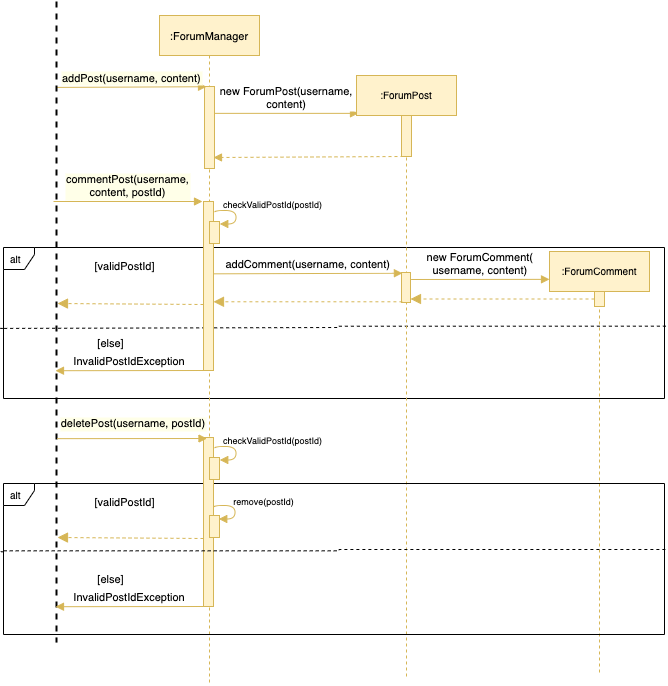
Above: docs/developerGuideDiagrams/forumSequenceDiagram.png in theeugenechong/tp (draw.io), before the change. Source tidied: cells renumbered, new cells last; positions are measured from the earlier drawing's top-left corner, leaving out a move shared by most shapes.
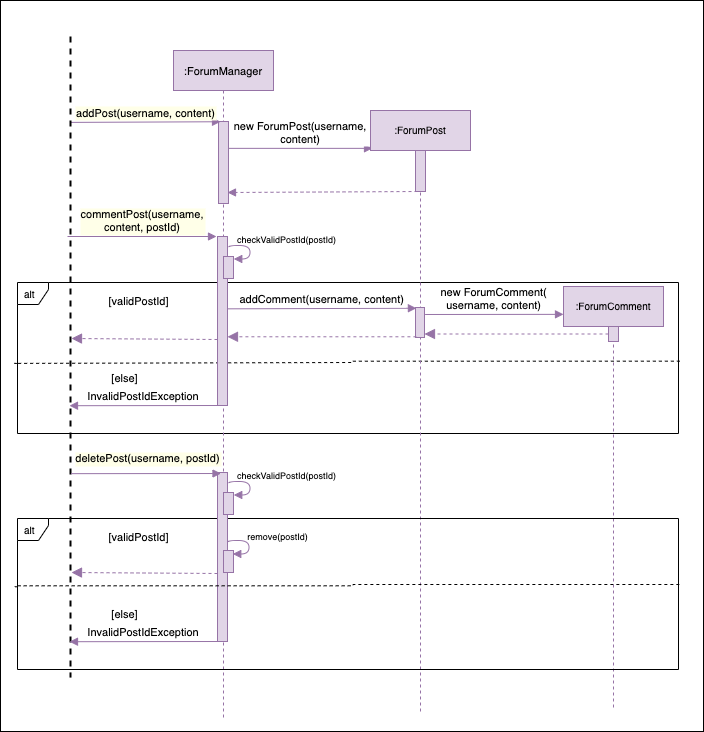
After the commit.

Change to the diagram source:
```diff
@@ -2,6 +2,9 @@
   <root>
     <mxCell id="0" />
     <mxCell id="1" parent="0" />
+    <mxCell id="42" value="&lt;b&gt;&lt;br&gt;&lt;/b&gt;" style="rounded=0;whiteSpace=wrap;html=1;" parent="1" vertex="1">
+      <mxGeometry x="-14" y="-36" width="703" height="731" as="geometry" />
+    </mxCell>
     <mxCell id="2" value="alt" style="shape=umlFrame;whiteSpace=wrap;html=1;width=31;height=22;boundedLbl=1;verticalAlign=middle;align=left;spacingLeft=5;fontSize=10;" parent="1" vertex="1">
       <mxGeometry x="3" y="246" width="661" height="151" as="geometry" />
     </mxCell>
@@ -14,13 +17,13 @@
         </Array>
       </mxGeometry>
     </mxCell>
-    <mxCell id="4" value=":ForumManager" style="shape=umlLifeline;perimeter=lifelinePerimeter;rounded=0;shadow=0;strokeWidth=1;fontFamily=Helvetica;fontSize=11;fillColor=#fff2cc;strokeColor=#d6b656;" parent="1" vertex="1">
+    <mxCell id="4" value=":ForumManager" style="shape=umlLifeline;perimeter=lifelinePerimeter;rounded=0;shadow=0;strokeWidth=1;fontFamily=Helvetica;fontSize=11;fillColor=#e1d5e7;strokeColor=#9673a6;" parent="1" vertex="1">
       <mxGeometry x="159" y="14" width="100" height="670" as="geometry" />
     </mxCell>
-    <mxCell id="5" style="points=[];perimeter=orthogonalPerimeter;rounded=0;shadow=0;strokeWidth=1;fontFamily=Helvetica;fontSize=11;fillColor=#fff2cc;strokeColor=#d6b656;" parent="4" vertex="1">
+    <mxCell id="5" style="points=[];perimeter=orthogonalPerimeter;rounded=0;shadow=0;strokeWidth=1;fontFamily=Helvetica;fontSize=11;fillColor=#e1d5e7;strokeColor=#9673a6;" parent="4" vertex="1">
       <mxGeometry x="45" y="71" width="10" height="82" as="geometry" />
     </mxCell>
-    <mxCell id="6" style="curved=1;endArrow=block;html=1;rounded=0;fontFamily=Helvetica;fontSize=10;edgeStyle=orthogonalEdgeStyle;entryX=0.976;entryY=0.048;entryDx=0;entryDy=0;entryPerimeter=0;exitX=1.052;exitY=0.177;exitDx=0;exitDy=0;exitPerimeter=0;fillColor=#fff2cc;strokeColor=#d6b656;endFill=1;" parent="4" edge="1">
+    <mxCell id="6" style="curved=1;endArrow=block;html=1;rounded=0;fontFamily=Helvetica;fontSize=10;edgeStyle=orthogonalEdgeStyle;entryX=0.976;entryY=0.048;entryDx=0;entryDy=0;entryPerimeter=0;exitX=1.052;exitY=0.177;exitDx=0;exitDy=0;exitPerimeter=0;fillColor=#e1d5e7;strokeColor=#9673a6;endFill=1;" parent="4" edge="1">
       <mxGeometry relative="1" as="geometry">
         <mxPoint x="55" y="197" as="sourcePoint" />
         <mxPoint x="60.3" y="208.5" as="targetPoint" />
@@ -31,34 +34,34 @@
         </Array>
       </mxGeometry>
     </mxCell>
-    <mxCell id="7" style="points=[];perimeter=orthogonalPerimeter;rounded=0;shadow=0;strokeWidth=1;fontFamily=Helvetica;fontSize=11;fillColor=#fff2cc;strokeColor=#d6b656;" parent="4" vertex="1">
+    <mxCell id="7" style="points=[];perimeter=orthogonalPerimeter;rounded=0;shadow=0;strokeWidth=1;fontFamily=Helvetica;fontSize=11;fillColor=#e1d5e7;strokeColor=#9673a6;" parent="4" vertex="1">
       <mxGeometry x="44" y="186" width="10" height="169" as="geometry" />
     </mxCell>
-    <mxCell id="8" style="perimeter=orthogonalPerimeter;rounded=0;shadow=0;strokeWidth=1;fontFamily=Helvetica;fontSize=11;fillColor=#fff2cc;strokeColor=#d6b656;" parent="4" vertex="1">
+    <mxCell id="8" style="perimeter=orthogonalPerimeter;rounded=0;shadow=0;strokeWidth=1;fontFamily=Helvetica;fontSize=11;fillColor=#e1d5e7;strokeColor=#9673a6;" parent="4" vertex="1">
       <mxGeometry x="50" y="206" width="10" height="22" as="geometry" />
     </mxCell>
-    <mxCell id="9" value="new ForumPost(username, &#10;content)" style="verticalAlign=bottom;endArrow=block;entryX=0.02;entryY=0.063;shadow=0;strokeWidth=1;fontFamily=Helvetica;fontSize=11;fillColor=#fff2cc;strokeColor=#d6b656;entryDx=0;entryDy=0;entryPerimeter=0;" parent="1" edge="1" source="5" target="12">
+    <mxCell id="9" value="new ForumPost(username, &#10;content)" style="verticalAlign=bottom;endArrow=block;entryX=0.02;entryY=0.063;shadow=0;strokeWidth=1;fontFamily=Helvetica;fontSize=11;fillColor=#e1d5e7;strokeColor=#9673a6;entryDx=0;entryDy=0;entryPerimeter=0;" parent="1" edge="1" source="5" target="12">
       <mxGeometry relative="1" as="geometry" />
     </mxCell>
-    <mxCell id="10" value="addPost(username, content)" style="verticalAlign=bottom;endArrow=block;shadow=0;strokeWidth=1;fontFamily=Helvetica;fontSize=11;fillColor=#fff2cc;strokeColor=#d6b656;exitX=0.134;exitY=0.45;exitDx=0;exitDy=0;exitPerimeter=0;entryX=0.2;entryY=0.003;entryDx=0;entryDy=0;entryPerimeter=0;labelBorderColor=none;labelBackgroundColor=#FFFFE8;" parent="1" edge="1" source="11" target="5">
+    <mxCell id="10" value="addPost(username, content)" style="verticalAlign=bottom;endArrow=block;shadow=0;strokeWidth=1;fontFamily=Helvetica;fontSize=11;fillColor=#e1d5e7;strokeColor=#9673a6;exitX=0.134;exitY=0.45;exitDx=0;exitDy=0;exitPerimeter=0;entryX=0.2;entryY=0.003;entryDx=0;entryDy=0;entryPerimeter=0;labelBorderColor=none;labelBackgroundColor=#FFFFE8;" parent="1" edge="1" source="11" target="5">
       <mxGeometry relative="1" as="geometry" />
     </mxCell>
     <mxCell id="11" style="line;strokeWidth=2;direction=south;html=1;fontSize=10;dashed=1;" parent="1" vertex="1">
       <mxGeometry x="51" width="10" height="641" as="geometry" />
     </mxCell>
-    <mxCell id="12" value=":ForumPost" style="shape=umlLifeline;perimeter=lifelinePerimeter;rounded=0;shadow=0;strokeWidth=1;fontFamily=Helvetica;fontSize=10;fillColor=#fff2cc;strokeColor=#d6b656;" parent="1" vertex="1">
+    <mxCell id="12" value=":ForumPost" style="shape=umlLifeline;perimeter=lifelinePerimeter;rounded=0;shadow=0;strokeWidth=1;fontFamily=Helvetica;fontSize=10;fillColor=#e1d5e7;strokeColor=#9673a6;" parent="1" vertex="1">
       <mxGeometry x="356" y="74" width="100" height="601" as="geometry" />
     </mxCell>
-    <mxCell id="13" style="points=[];perimeter=orthogonalPerimeter;rounded=0;shadow=0;strokeWidth=1;fontFamily=Helvetica;fontSize=11;fillColor=#fff2cc;strokeColor=#d6b656;" parent="12" vertex="1">
+    <mxCell id="13" style="points=[];perimeter=orthogonalPerimeter;rounded=0;shadow=0;strokeWidth=1;fontFamily=Helvetica;fontSize=11;fillColor=#e1d5e7;strokeColor=#9673a6;" parent="12" vertex="1">
       <mxGeometry x="45" y="40" width="10" height="41" as="geometry" />
     </mxCell>
-    <mxCell id="14" style="points=[];perimeter=orthogonalPerimeter;rounded=0;shadow=0;strokeWidth=1;fontFamily=Helvetica;fontSize=11;fillColor=#fff2cc;strokeColor=#d6b656;" parent="12" vertex="1">
+    <mxCell id="14" style="points=[];perimeter=orthogonalPerimeter;rounded=0;shadow=0;strokeWidth=1;fontFamily=Helvetica;fontSize=11;fillColor=#e1d5e7;strokeColor=#9673a6;" parent="12" vertex="1">
       <mxGeometry x="45" y="197" width="9" height="30" as="geometry" />
     </mxCell>
-    <mxCell id="15" style="verticalAlign=bottom;endArrow=block;shadow=0;strokeWidth=1;fontFamily=Helvetica;fontSize=11;fillColor=#fff2cc;strokeColor=#d6b656;exitX=0.2;exitY=1;exitDx=0;exitDy=0;exitPerimeter=0;dashed=1;entryX=0.9;entryY=0.866;entryDx=0;entryDy=0;entryPerimeter=0;" parent="1" edge="1" source="13" target="5">
+    <mxCell id="15" style="verticalAlign=bottom;endArrow=block;shadow=0;strokeWidth=1;fontFamily=Helvetica;fontSize=11;fillColor=#e1d5e7;strokeColor=#9673a6;exitX=0.2;exitY=1;exitDx=0;exitDy=0;exitPerimeter=0;dashed=1;entryX=0.9;entryY=0.866;entryDx=0;entryDy=0;entryPerimeter=0;" parent="1" edge="1" source="13" target="5">
       <mxGeometry relative="1" as="geometry" />
     </mxCell>
-    <mxCell id="16" value="commentPost(username,&#10;content, postId)" style="verticalAlign=bottom;endArrow=block;shadow=0;strokeWidth=1;fontFamily=Helvetica;fontSize=11;fillColor=#fff2cc;strokeColor=#d6b656;labelBackgroundColor=#FFFFE8;" parent="1" edge="1">
+    <mxCell id="16" value="commentPost(username,&#10;content, postId)" style="verticalAlign=bottom;endArrow=block;shadow=0;strokeWidth=1;fontFamily=Helvetica;fontSize=11;fillColor=#e1d5e7;strokeColor=#9673a6;labelBackgroundColor=#FFFFE8;" parent="1" edge="1">
       <mxGeometry relative="1" as="geometry">
         <mxPoint x="53" y="200" as="sourcePoint" />
         <mxPoint x="202" y="200" as="targetPoint" />
@@ -73,37 +76,37 @@
     <mxCell id="19" value="[else]" style="text;html=1;align=center;verticalAlign=middle;strokeColor=none;fillColor=none;rounded=0;hachureGap=4;fontFamily=Helvetica;fontSize=11;" parent="1" vertex="1">
       <mxGeometry x="92" y="333" width="36" height="17" as="geometry" />
     </mxCell>
-    <mxCell id="20" value="InvalidPostIdException" style="verticalAlign=bottom;endArrow=block;shadow=0;strokeWidth=1;fontFamily=Helvetica;fontSize=11;fillColor=#fff2cc;strokeColor=#d6b656;entryX=0.576;entryY=0.6;entryDx=0;entryDy=0;entryPerimeter=0;exitX=0;exitY=1;exitDx=0;exitDy=0;exitPerimeter=0;" parent="1" edge="1" source="7" target="11">
+    <mxCell id="20" value="InvalidPostIdException" style="verticalAlign=bottom;endArrow=block;shadow=0;strokeWidth=1;fontFamily=Helvetica;fontSize=11;fillColor=#e1d5e7;strokeColor=#9673a6;entryX=0.576;entryY=0.6;entryDx=0;entryDy=0;entryPerimeter=0;exitX=0;exitY=1;exitDx=0;exitDy=0;exitPerimeter=0;" parent="1" edge="1" source="7" target="11">
       <mxGeometry relative="1" as="geometry" />
     </mxCell>
-    <mxCell id="21" style="verticalAlign=bottom;endArrow=block;dashed=1;endSize=8;shadow=0;strokeWidth=1;fontFamily=Helvetica;fontSize=11;fillColor=#fff2cc;strokeColor=#d6b656;endFill=1;" parent="1" edge="1">
+    <mxCell id="21" style="verticalAlign=bottom;endArrow=block;dashed=1;endSize=8;shadow=0;strokeWidth=1;fontFamily=Helvetica;fontSize=11;fillColor=#e1d5e7;strokeColor=#9673a6;endFill=1;" parent="1" edge="1">
       <mxGeometry x="0.01" relative="1" as="geometry">
         <mxPoint x="203" y="303" as="sourcePoint" />
         <mxPoint x="57" y="302" as="targetPoint" />
       </mxGeometry>
     </mxCell>
-    <mxCell id="22" style="verticalAlign=bottom;endArrow=block;dashed=1;endSize=8;shadow=0;strokeWidth=1;fontFamily=Helvetica;fontSize=11;fillColor=#fff2cc;strokeColor=#d6b656;endFill=1;exitX=0.1;exitY=0.976;exitDx=0;exitDy=0;exitPerimeter=0;" parent="1" edge="1" source="14" target="7">
+    <mxCell id="22" style="verticalAlign=bottom;endArrow=block;dashed=1;endSize=8;shadow=0;strokeWidth=1;fontFamily=Helvetica;fontSize=11;fillColor=#e1d5e7;strokeColor=#9673a6;endFill=1;exitX=0.1;exitY=0.976;exitDx=0;exitDy=0;exitPerimeter=0;" parent="1" edge="1" source="14" target="7">
       <mxGeometry x="0.01" relative="1" as="geometry" />
     </mxCell>
-    <mxCell id="23" value="addComment(username, content)" style="verticalAlign=bottom;endArrow=block;shadow=0;strokeWidth=1;fontFamily=Helvetica;fontSize=11;fillColor=#fff2cc;strokeColor=#d6b656;entryX=0.1;entryY=0.024;entryDx=0;entryDy=0;entryPerimeter=0;exitX=1.067;exitY=0.428;exitDx=0;exitDy=0;exitPerimeter=0;" parent="1" edge="1" source="7" target="14">
+    <mxCell id="23" value="addComment(username, content)" style="verticalAlign=bottom;endArrow=block;shadow=0;strokeWidth=1;fontFamily=Helvetica;fontSize=11;fillColor=#e1d5e7;strokeColor=#9673a6;entryX=0.1;entryY=0.024;entryDx=0;entryDy=0;entryPerimeter=0;exitX=1.067;exitY=0.428;exitDx=0;exitDy=0;exitPerimeter=0;" parent="1" edge="1" source="7" target="14">
       <mxGeometry relative="1" as="geometry" />
     </mxCell>
-    <mxCell id="24" value=":ForumComment" style="shape=umlLifeline;perimeter=lifelinePerimeter;rounded=0;shadow=0;strokeWidth=1;fontFamily=Helvetica;fontSize=10;fillColor=#fff2cc;strokeColor=#d6b656;" parent="1" vertex="1">
+    <mxCell id="24" value=":ForumComment" style="shape=umlLifeline;perimeter=lifelinePerimeter;rounded=0;shadow=0;strokeWidth=1;fontFamily=Helvetica;fontSize=10;fillColor=#e1d5e7;strokeColor=#9673a6;" parent="1" vertex="1">
       <mxGeometry x="549" y="250" width="100" height="422" as="geometry" />
     </mxCell>
-    <mxCell id="25" style="points=[];perimeter=orthogonalPerimeter;rounded=0;shadow=0;strokeWidth=1;fontFamily=Helvetica;fontSize=11;fillColor=#fff2cc;strokeColor=#d6b656;" parent="24" vertex="1">
+    <mxCell id="25" style="points=[];perimeter=orthogonalPerimeter;rounded=0;shadow=0;strokeWidth=1;fontFamily=Helvetica;fontSize=11;fillColor=#e1d5e7;strokeColor=#9673a6;" parent="24" vertex="1">
       <mxGeometry x="45" y="40" width="10" height="15" as="geometry" />
     </mxCell>
-    <mxCell id="26" value="new ForumComment(&#10;username, content)" style="verticalAlign=bottom;endArrow=block;shadow=0;strokeWidth=1;fontFamily=Helvetica;fontSize=11;fillColor=#fff2cc;strokeColor=#d6b656;entryX=0;entryY=0.066;entryDx=0;entryDy=0;entryPerimeter=0;exitX=1.067;exitY=0.233;exitDx=0;exitDy=0;exitPerimeter=0;" parent="1" edge="1" source="14" target="24">
+    <mxCell id="26" value="new ForumComment(&#10;username, content)" style="verticalAlign=bottom;endArrow=block;shadow=0;strokeWidth=1;fontFamily=Helvetica;fontSize=11;fillColor=#e1d5e7;strokeColor=#9673a6;entryX=0;entryY=0.066;entryDx=0;entryDy=0;entryPerimeter=0;exitX=1.067;exitY=0.233;exitDx=0;exitDy=0;exitPerimeter=0;" parent="1" edge="1" source="14" target="24">
       <mxGeometry relative="1" as="geometry" />
     </mxCell>
-    <mxCell id="27" style="verticalAlign=bottom;endArrow=block;dashed=1;endSize=8;shadow=0;strokeWidth=1;fontFamily=Helvetica;fontSize=11;fillColor=#fff2cc;strokeColor=#d6b656;endFill=1;" parent="1" edge="1" source="25" target="14">
+    <mxCell id="27" style="verticalAlign=bottom;endArrow=block;dashed=1;endSize=8;shadow=0;strokeWidth=1;fontFamily=Helvetica;fontSize=11;fillColor=#e1d5e7;strokeColor=#9673a6;endFill=1;" parent="1" edge="1" source="25" target="14">
       <mxGeometry x="0.01" relative="1" as="geometry" />
     </mxCell>
     <mxCell id="28" value="alt" style="shape=umlFrame;whiteSpace=wrap;html=1;width=31;height=22;boundedLbl=1;verticalAlign=middle;align=left;spacingLeft=5;fontSize=10;" parent="1" vertex="1">
       <mxGeometry x="3" y="482" width="661" height="151" as="geometry" />
     </mxCell>
-    <mxCell id="29" style="curved=1;endArrow=block;html=1;rounded=0;fontFamily=Helvetica;fontSize=10;edgeStyle=orthogonalEdgeStyle;entryX=0.976;entryY=0.048;entryDx=0;entryDy=0;entryPerimeter=0;exitX=1.052;exitY=0.177;exitDx=0;exitDy=0;exitPerimeter=0;fillColor=#fff2cc;strokeColor=#d6b656;endFill=1;" parent="1" edge="1">
+    <mxCell id="29" style="curved=1;endArrow=block;html=1;rounded=0;fontFamily=Helvetica;fontSize=10;edgeStyle=orthogonalEdgeStyle;entryX=0.976;entryY=0.048;entryDx=0;entryDy=0;entryPerimeter=0;exitX=1.052;exitY=0.177;exitDx=0;exitDy=0;exitPerimeter=0;fillColor=#e1d5e7;strokeColor=#9673a6;endFill=1;" parent="1" edge="1">
       <mxGeometry relative="1" as="geometry">
         <mxPoint x="214" y="447" as="sourcePoint" />
         <mxPoint x="219.3" y="458.5" as="targetPoint" />
@@ -114,10 +117,10 @@
         </Array>
       </mxGeometry>
     </mxCell>
-    <mxCell id="30" style="points=[];perimeter=orthogonalPerimeter;rounded=0;shadow=0;strokeWidth=1;fontFamily=Helvetica;fontSize=11;fillColor=#fff2cc;strokeColor=#d6b656;" parent="1" vertex="1">
+    <mxCell id="30" style="points=[];perimeter=orthogonalPerimeter;rounded=0;shadow=0;strokeWidth=1;fontFamily=Helvetica;fontSize=11;fillColor=#e1d5e7;strokeColor=#9673a6;" parent="1" vertex="1">
       <mxGeometry x="203" y="436" width="10" height="169" as="geometry" />
     </mxCell>
-    <mxCell id="31" style="perimeter=orthogonalPerimeter;rounded=0;shadow=0;strokeWidth=1;fontFamily=Helvetica;fontSize=11;fillColor=#fff2cc;strokeColor=#d6b656;" parent="1" vertex="1">
+    <mxCell id="31" style="perimeter=orthogonalPerimeter;rounded=0;shadow=0;strokeWidth=1;fontFamily=Helvetica;fontSize=11;fillColor=#e1d5e7;strokeColor=#9673a6;" parent="1" vertex="1">
       <mxGeometry x="209" y="456" width="10" height="22" as="geometry" />
     </mxCell>
     <mxCell id="32" value="checkValidPostId(postId)" style="text;html=1;align=center;verticalAlign=middle;strokeColor=none;fillColor=none;rounded=0;hachureGap=4;fontFamily=Helvetica;fontSize=9;" parent="1" vertex="1">
@@ -129,7 +132,7 @@
     <mxCell id="34" value="[else]" style="text;html=1;align=center;verticalAlign=middle;strokeColor=none;fillColor=none;rounded=0;hachureGap=4;fontFamily=Helvetica;fontSize=11;" parent="1" vertex="1">
       <mxGeometry x="92" y="569" width="36" height="17" as="geometry" />
     </mxCell>
-    <mxCell id="35" value="deletePost(username, postId)" style="verticalAlign=bottom;endArrow=block;shadow=0;strokeWidth=1;fontFamily=Helvetica;fontSize=11;fillColor=#fff2cc;strokeColor=#d6b656;entryX=0.35;entryY=0.006;entryDx=0;entryDy=0;entryPerimeter=0;exitX=0.682;exitY=0.45;exitDx=0;exitDy=0;exitPerimeter=0;labelBackgroundColor=#FFFFE8;" parent="1" edge="1" source="11" target="30">
+    <mxCell id="35" value="deletePost(username, postId)" style="verticalAlign=bottom;endArrow=block;shadow=0;strokeWidth=1;fontFamily=Helvetica;fontSize=11;fillColor=#e1d5e7;strokeColor=#9673a6;entryX=0.35;entryY=0.006;entryDx=0;entryDy=0;entryPerimeter=0;exitX=0.682;exitY=0.45;exitDx=0;exitDy=0;exitPerimeter=0;labelBackgroundColor=#FFFFE8;" parent="1" edge="1" source="11" target="30">
       <mxGeometry x="0.02" y="6" relative="1" as="geometry" />
     </mxCell>
     <mxCell id="36" style="endArrow=none;dashed=1;html=1;rounded=0;edgeStyle=orthogonalEdgeStyle;entryX=1.003;entryY=0.521;entryDx=0;entryDy=0;entryPerimeter=0;exitX=-0.001;exitY=0.536;exitDx=0;exitDy=0;exitPerimeter=0;" parent="1" edge="1">
@@ -143,10 +146,10 @@
         </Array>
       </mxGeometry>
     </mxCell>
-    <mxCell id="37" style="perimeter=orthogonalPerimeter;rounded=0;shadow=0;strokeWidth=1;fontFamily=Helvetica;fontSize=11;fillColor=#fff2cc;strokeColor=#d6b656;" parent="1" vertex="1">
+    <mxCell id="37" style="perimeter=orthogonalPerimeter;rounded=0;shadow=0;strokeWidth=1;fontFamily=Helvetica;fontSize=11;fillColor=#e1d5e7;strokeColor=#9673a6;" parent="1" vertex="1">
       <mxGeometry x="209" y="514" width="10" height="22" as="geometry" />
     </mxCell>
-    <mxCell id="38" style="curved=1;endArrow=block;html=1;rounded=0;fontFamily=Helvetica;fontSize=10;edgeStyle=orthogonalEdgeStyle;entryX=0.976;entryY=0.048;entryDx=0;entryDy=0;entryPerimeter=0;exitX=1.052;exitY=0.177;exitDx=0;exitDy=0;exitPerimeter=0;fillColor=#fff2cc;strokeColor=#d6b656;endFill=1;" parent="1" edge="1">
+    <mxCell id="38" style="curved=1;endArrow=block;html=1;rounded=0;fontFamily=Helvetica;fontSize=10;edgeStyle=orthogonalEdgeStyle;entryX=0.976;entryY=0.048;entryDx=0;entryDy=0;entryPerimeter=0;exitX=1.052;exitY=0.177;exitDx=0;exitDy=0;exitPerimeter=0;fillColor=#e1d5e7;strokeColor=#9673a6;endFill=1;" parent="1" edge="1">
       <mxGeometry relative="1" as="geometry">
         <mxPoint x="213" y="506" as="sourcePoint" />
         <mxPoint x="218.3" y="517.5" as="targetPoint" />
@@ -160,13 +163,13 @@
     <mxCell id="39" value="remove(postId)" style="text;html=1;align=center;verticalAlign=middle;strokeColor=none;fillColor=none;rounded=0;hachureGap=4;fontFamily=Helvetica;fontSize=9;" parent="1" vertex="1">
       <mxGeometry x="227" y="492" width="71" height="15" as="geometry" />
     </mxCell>
-    <mxCell id="40" style="verticalAlign=bottom;endArrow=block;dashed=1;endSize=8;shadow=0;strokeWidth=1;fontFamily=Helvetica;fontSize=11;fillColor=#fff2cc;strokeColor=#d6b656;endFill=1;" parent="1" edge="1">
+    <mxCell id="40" style="verticalAlign=bottom;endArrow=block;dashed=1;endSize=8;shadow=0;strokeWidth=1;fontFamily=Helvetica;fontSize=11;fillColor=#e1d5e7;strokeColor=#9673a6;endFill=1;" parent="1" edge="1">
       <mxGeometry x="0.01" relative="1" as="geometry">
         <mxPoint x="203" y="537" as="sourcePoint" />
         <mxPoint x="57" y="536" as="targetPoint" />
       </mxGeometry>
     </mxCell>
-    <mxCell id="41" value="InvalidPostIdException" style="verticalAlign=bottom;endArrow=block;shadow=0;strokeWidth=1;fontFamily=Helvetica;fontSize=11;fillColor=#fff2cc;strokeColor=#d6b656;entryX=0.576;entryY=0.6;entryDx=0;entryDy=0;entryPerimeter=0;exitX=0;exitY=1;exitDx=0;exitDy=0;exitPerimeter=0;" parent="1" edge="1">
+    <mxCell id="41" value="InvalidPostIdException" style="verticalAlign=bottom;endArrow=block;shadow=0;strokeWidth=1;fontFamily=Helvetica;fontSize=11;fillColor=#e1d5e7;strokeColor=#9673a6;entryX=0.576;entryY=0.6;entryDx=0;entryDy=0;entryPerimeter=0;exitX=0;exitY=1;exitDx=0;exitDy=0;exitPerimeter=0;" parent="1" edge="1">
       <mxGeometry relative="1" as="geometry">
         <mxPoint x="203" y="605" as="sourcePoint" />
         <mxPoint x="55" y="605.2" as="targetPoint" />
```
